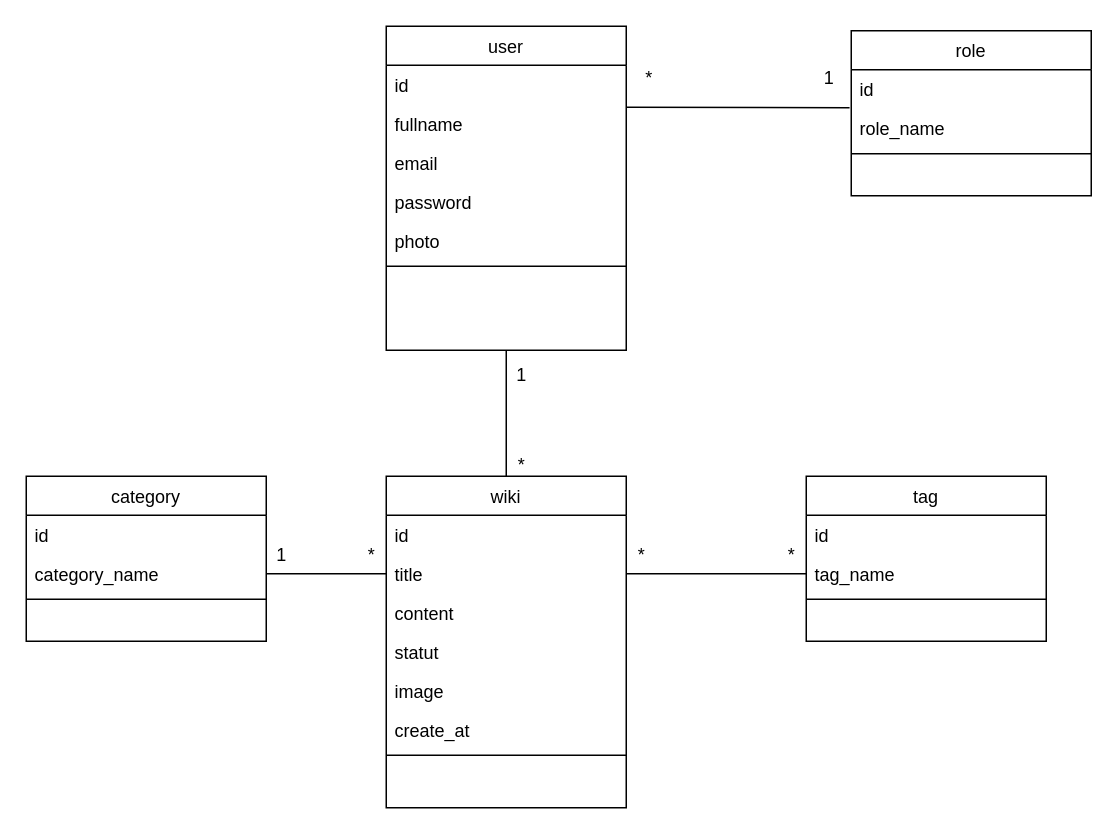
Sanalouafi/wiki keeps this draw.io diagram as conception UML/wiki-class-diagram.drawio. Above is the earlier version. Source tidied: cells renumbered, new cells numbered last; positions are measured from the earlier drawing's top-left corner, leaving out a move shared by most shapes. Both pictures are drawn from the tidied source at 150%, with x=0, y=0 at pixel (26, 26).
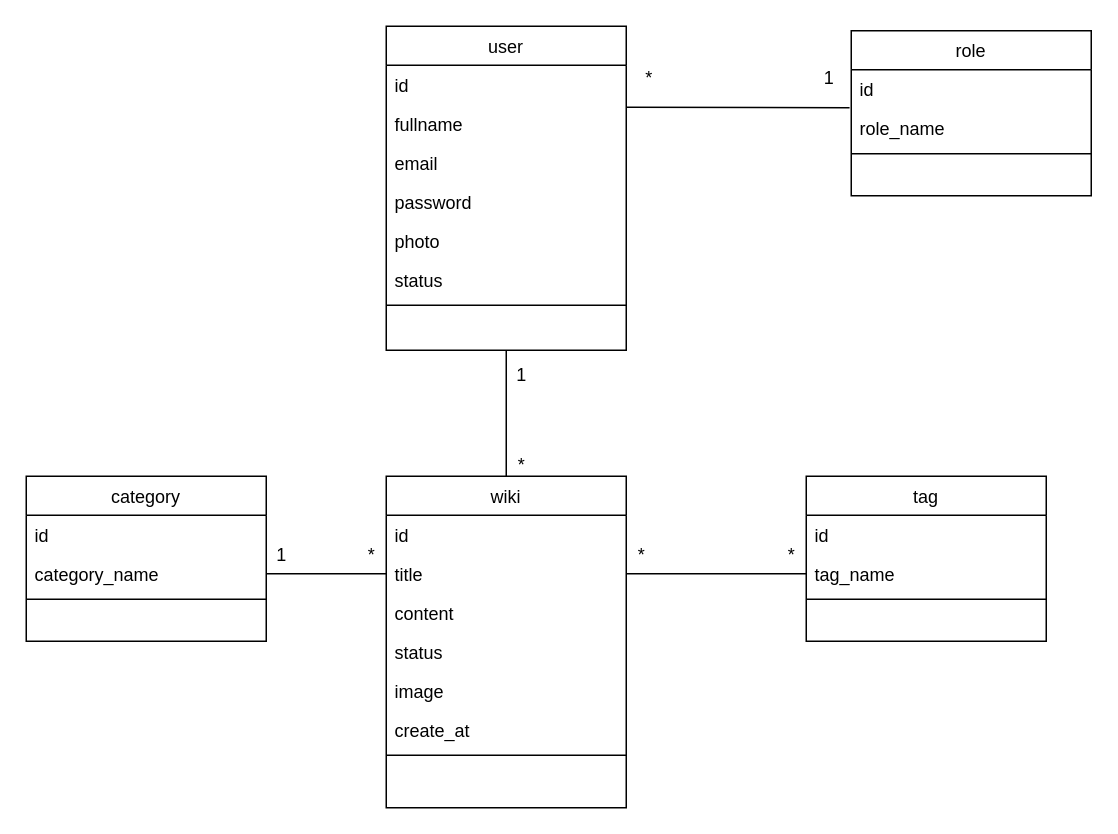
The same page after the edit.

Commit message (it also covers changes not shown here):
edit use case diagram

The change refers to these unchanged cells:
```xml
<mxCell id="2" value="user" style="swimlane;fontStyle=0;align=center;verticalAlign=top;horizontal=1;startSize=26;rounded=0;shadow=0;strokeWidth=1;" parent="1" vertex="1">
  <mxGeometry x="240" width="160" height="216" as="geometry" />
</mxCell>
<mxCell id="9" value="wiki" style="swimlane;fontStyle=0;align=center;verticalAlign=top;horizontal=1;startSize=26;rounded=0;shadow=0;strokeWidth=1;" parent="1" vertex="1">
  <mxGeometry x="240" y="300" width="160" height="221" as="geometry" />
</mxCell>
```

Change to the diagram source:
```diff
@@
+    <mxCell id="41" value="status" style="text;align=left;verticalAlign=top;spacingLeft=4;spacingRight=4;overflow=hidden;rounded=0;shadow=0;html=0;" parent="2" vertex="1">
+      <mxGeometry y="156" width="160" height="26" as="geometry" />
+    </mxCell>
     <mxCell id="8" style="line;html=1;strokeWidth=1;align=left;verticalAlign=middle;spacingTop=-1;spacingLeft=3;spacingRight=3;labelPosition=right;" parent="2" vertex="1">
-      <mxGeometry y="156" width="160" height="8" as="geometry" />
+      <mxGeometry y="182" width="160" height="8" as="geometry" />
     </mxCell>
@@
-    <mxCell id="13" value="statut" style="text;align=left;verticalAlign=top;spacingLeft=4;spacingRight=4;overflow=hidden;rounded=0;shadow=0;html=0;" parent="9" vertex="1">
+    <mxCell id="13" value="status" style="text;align=left;verticalAlign=top;spacingLeft=4;spacingRight=4;overflow=hidden;rounded=0;shadow=0;html=0;" parent="9" vertex="1">
       <mxGeometry y="104" width="160" height="26" as="geometry" />
     </mxCell>
```
